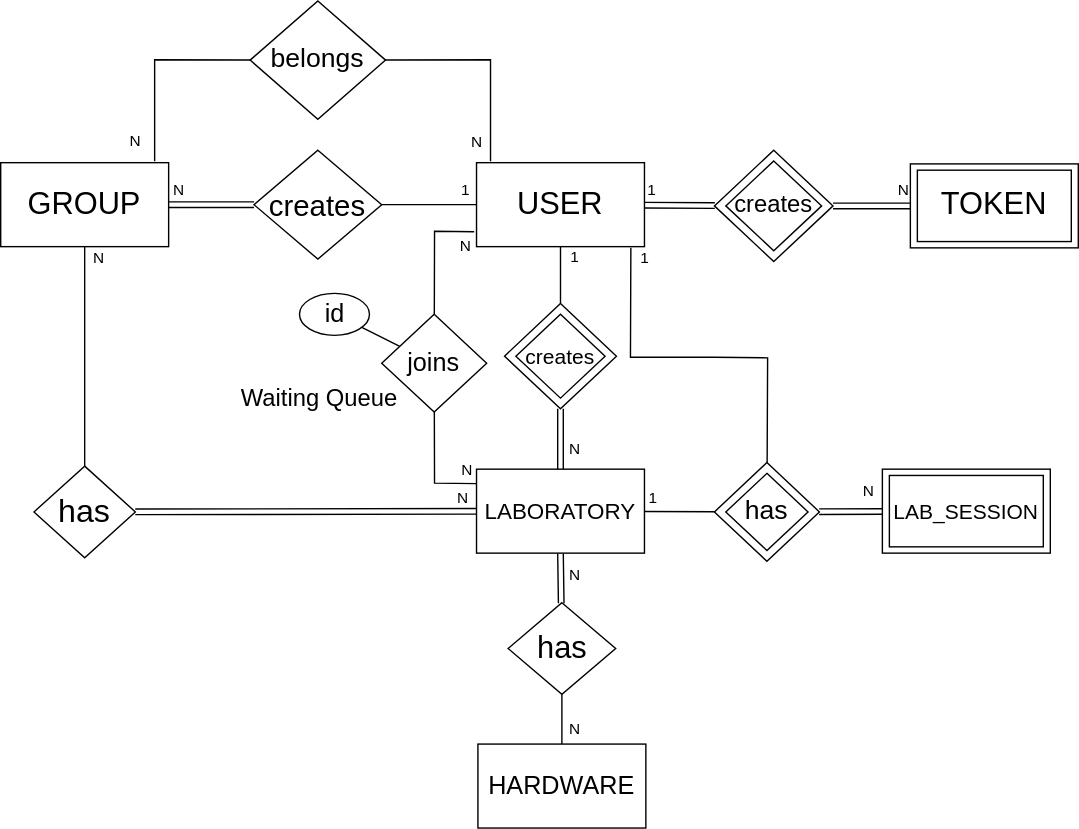
The draw.io diagram img/DB-diagrams/ERDiagramNoAttributes.drawio.svg in isel-remote-lab/documentation, before a commit. Source tidied: cells renumbered, new cells last; positions are measured from the earlier drawing's top-left corner, leaving out a move shared by most shapes. The source it was exported from:
```xml
<mxGraphModel>
  <root>
    <mxCell id="0" />
    <mxCell id="1" parent="0" />
    <mxCell id="2" value="USER" style="rounded=0;whiteSpace=wrap;html=1;fontSize=22;" parent="1" vertex="1">
      <mxGeometry x="340" y="115.6" width="120" height="60" as="geometry" />
    </mxCell>
    <mxCell id="3" value="creates" style="rhombus;whiteSpace=wrap;html=1;" parent="1" vertex="1">
      <mxGeometry x="360" y="216.2" width="80" height="75.3" as="geometry" />
    </mxCell>
    <mxCell id="4" value="creates" style="rhombus;whiteSpace=wrap;html=1;fontSize=15;" parent="1" vertex="1">
      <mxGeometry x="368.1" y="223.8" width="63.8" height="60" as="geometry" />
    </mxCell>
    <mxCell id="5" value="LABORATORY" style="rounded=0;whiteSpace=wrap;html=1;fontSize=16;" parent="1" vertex="1">
      <mxGeometry x="340" y="334.6" width="120" height="60" as="geometry" />
    </mxCell>
    <mxCell id="6" value="1" style="endArrow=none;html=1;rounded=0;exitX=0.5;exitY=0;exitDx=0;exitDy=0;" parent="1" edge="1" source="3" target="2">
      <mxGeometry x="0.63" y="-10" relative="1" as="geometry" />
    </mxCell>
    <mxCell id="7" value="N" style="shape=link;html=1;rounded=0;exitX=0.5;exitY=1;exitDx=0;exitDy=0;entryX=0.5;entryY=0;entryDx=0;entryDy=0;" parent="1" edge="1" source="3" target="5">
      <mxGeometry x="0.32" y="10" relative="1" as="geometry" />
    </mxCell>
    <mxCell id="8" value="GROUP" style="rounded=0;whiteSpace=wrap;html=1;fontSize=22;" parent="1" vertex="1">
      <mxGeometry y="115.6" width="120" height="60" as="geometry" />
    </mxCell>
    <mxCell id="9" value="creates" style="rhombus;whiteSpace=wrap;html=1;fontSize=21;" parent="1" vertex="1">
      <mxGeometry x="181" y="106.6" width="91.2" height="77.8" as="geometry" />
    </mxCell>
    <mxCell id="10" value="1" style="endArrow=none;html=1;rounded=0;" parent="1" edge="1" source="9" target="2">
      <mxGeometry x="0.77" y="11" relative="1" as="geometry" />
    </mxCell>
    <mxCell id="11" value="N" style="shape=link;html=1;rounded=0;" parent="1" edge="1" source="8" target="9">
      <mxGeometry x="-0.77" y="11" relative="1" as="geometry" />
    </mxCell>
    <mxCell id="12" value="belongs" style="rhombus;whiteSpace=wrap;html=1;fontSize=19;" parent="1" vertex="1">
      <mxGeometry x="178.2" width="96.8" height="84.6" as="geometry" />
    </mxCell>
    <mxCell id="13" value="N" style="endArrow=none;html=1;rounded=0;" parent="1" edge="1" source="12">
      <mxGeometry x="0.81" y="-10" relative="1" as="geometry">
        <mxPoint x="350" y="114.6" as="targetPoint" />
        <Array as="points">
          <mxPoint x="350" y="42" />
        </Array>
      </mxGeometry>
    </mxCell>
    <mxCell id="14" value="N" style="endArrow=none;html=1;rounded=0;" parent="1" edge="1" source="12">
      <mxGeometry x="0.79" y="-14" relative="1" as="geometry">
        <mxPoint x="110" y="114.6" as="targetPoint" />
        <Array as="points">
          <mxPoint x="110" y="42" />
        </Array>
      </mxGeometry>
    </mxCell>
    <mxCell id="15" value="has" style="rhombus;whiteSpace=wrap;html=1;fontSize=23;" parent="1" vertex="1">
      <mxGeometry x="23.8" y="332.4" width="72.4" height="65.5" as="geometry" />
    </mxCell>
    <mxCell id="16" value="N" style="endArrow=none;html=1;rounded=0;" parent="1" edge="1" source="15" target="8">
      <mxGeometry x="0.89" y="-10" relative="1" as="geometry" />
    </mxCell>
    <mxCell id="17" value="HARDWARE" style="rounded=0;whiteSpace=wrap;html=1;fontSize=18;" parent="1" vertex="1">
      <mxGeometry x="341" y="531" width="120" height="60" as="geometry" />
    </mxCell>
    <mxCell id="18" value="has" style="rhombus;whiteSpace=wrap;html=1;fontSize=22;" parent="1" vertex="1">
      <mxGeometry x="362.6" y="430" width="76.9" height="65.4" as="geometry" />
    </mxCell>
    <mxCell id="19" value="N" style="endArrow=none;html=1;rounded=0;" parent="1" edge="1" source="17" target="18">
      <mxGeometry x="-0.38" y="-9" relative="1" as="geometry" />
    </mxCell>
    <mxCell id="20" value="N" style="shape=link;html=1;rounded=0;" parent="1" edge="1" target="18">
      <mxGeometry x="-0.14" y="10" relative="1" as="geometry">
        <mxPoint x="400" y="395" as="sourcePoint" />
      </mxGeometry>
    </mxCell>
    <mxCell id="21" value="USER" style="rounded=0;whiteSpace=wrap;html=1;" parent="1" vertex="1">
      <mxGeometry x="630" y="334.6" width="120" height="60" as="geometry" />
    </mxCell>
    <mxCell id="22" value="LAB_SESSION" style="rounded=0;whiteSpace=wrap;html=1;fontSize=15;" parent="1" vertex="1">
      <mxGeometry x="635" y="339.1" width="110" height="51" as="geometry" />
    </mxCell>
    <mxCell id="23" value="creates" style="rhombus;whiteSpace=wrap;html=1;" parent="1" vertex="1">
      <mxGeometry x="510" y="329.8" width="75" height="70.6" as="geometry" />
    </mxCell>
    <mxCell id="24" value="has" style="rhombus;whiteSpace=wrap;html=1;fontSize=19;" parent="1" vertex="1">
      <mxGeometry x="518.1" y="337.6" width="58.8" height="55.1" as="geometry" />
    </mxCell>
    <mxCell id="25" value="N" style="shape=link;html=1;rounded=0;" parent="1" edge="1" source="23" target="21">
      <mxGeometry x="0.56" y="15" relative="1" as="geometry" />
    </mxCell>
    <mxCell id="26" value="1" style="endArrow=none;html=1;rounded=0;" parent="1" edge="1" source="5" target="23">
      <mxGeometry x="-0.76" y="10" relative="1" as="geometry" />
    </mxCell>
    <mxCell id="27" value="1" style="endArrow=none;html=1;rounded=0;entryX=0.919;entryY=1.012;entryDx=0;entryDy=0;entryPerimeter=0;" parent="1" edge="1" source="23" target="2">
      <mxGeometry x="0.94" y="-10" relative="1" as="geometry">
        <Array as="points">
          <mxPoint x="548" y="255" />
          <mxPoint x="510" y="254.6" />
          <mxPoint x="450" y="254.6" />
        </Array>
      </mxGeometry>
    </mxCell>
    <mxCell id="28" value="joins" style="rhombus;whiteSpace=wrap;html=1;fontSize=18;" parent="1" vertex="1">
      <mxGeometry x="272.2" y="223.8" width="75" height="70" as="geometry" />
    </mxCell>
    <mxCell id="29" value="N" style="endArrow=none;html=1;rounded=0;entryX=-0.014;entryY=0.822;entryDx=0;entryDy=0;entryPerimeter=0;" parent="1" edge="1" source="28" target="2">
      <mxGeometry x="0.86" y="-10" relative="1" as="geometry">
        <Array as="points">
          <mxPoint x="310" y="164.6" />
        </Array>
      </mxGeometry>
    </mxCell>
    <mxCell id="30" value="N" style="endArrow=none;html=1;rounded=0;entryX=-0.003;entryY=0.172;entryDx=0;entryDy=0;entryPerimeter=0;" parent="1" edge="1" source="28" target="5">
      <mxGeometry x="0.85" y="10" relative="1" as="geometry">
        <Array as="points">
          <mxPoint x="310" y="344.6" />
        </Array>
      </mxGeometry>
    </mxCell>
    <mxCell id="31" value="Waiting Queue" style="text;html=1;align=left;verticalAlign=middle;whiteSpace=wrap;rounded=0;fontSize=17;" parent="1" vertex="1">
      <mxGeometry x="170" y="269.4" width="140.8" height="30.6" as="geometry" />
    </mxCell>
    <mxCell id="32" value="N" style="shape=link;html=1;rounded=0;" parent="1" edge="1" source="15" target="5">
      <mxGeometry x="0.92" y="10" relative="1" as="geometry" />
    </mxCell>
    <mxCell id="33" value="id" style="ellipse;whiteSpace=wrap;html=1;fontSize=18;" parent="1" vertex="1">
      <mxGeometry x="213.5" y="208.9" width="50" height="30" as="geometry" />
    </mxCell>
    <mxCell id="34" style="endArrow=none;html=1;rounded=0;" parent="1" edge="1" source="33" target="28">
      <mxGeometry relative="1" as="geometry" />
    </mxCell>
    <mxCell id="35" value="1" style="shape=link;html=1;rounded=0;" parent="1" edge="1" source="2" target="36">
      <mxGeometry x="-0.81" y="11" relative="1" as="geometry" />
    </mxCell>
    <mxCell id="36" value="creates" style="rhombus;whiteSpace=wrap;html=1;" parent="1" vertex="1">
      <mxGeometry x="510" y="106.6" width="84.8" height="79.6" as="geometry" />
    </mxCell>
    <mxCell id="37" value="creates" style="rhombus;whiteSpace=wrap;html=1;fontSize=17;" parent="1" vertex="1">
      <mxGeometry x="518.1" y="114.4" width="68.5" height="64.1" as="geometry" />
    </mxCell>
    <mxCell id="38" value="N" style="shape=link;html=1;rounded=0;" parent="1" edge="1" source="36" target="39">
      <mxGeometry x="0.81" y="11" relative="1" as="geometry" />
    </mxCell>
    <mxCell id="39" value="USER" style="rounded=0;whiteSpace=wrap;html=1;" parent="1" vertex="1">
      <mxGeometry x="650" y="116.4" width="120" height="60" as="geometry" />
    </mxCell>
    <mxCell id="40" value="TOKEN" style="rounded=0;whiteSpace=wrap;html=1;fontSize=22;" parent="1" vertex="1">
      <mxGeometry x="655" y="120.9" width="110" height="51" as="geometry" />
    </mxCell>
  </root>
</mxGraphModel>
```
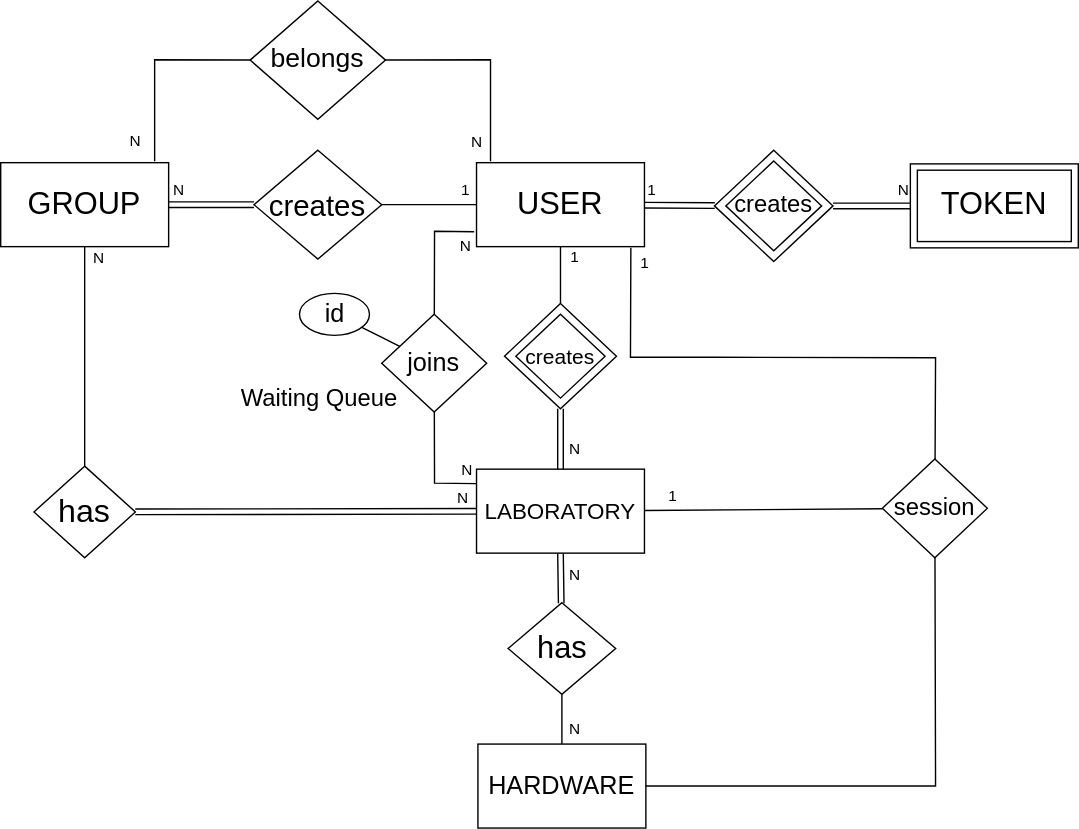
The same diagram one commit later.

Change to the diagram source:
```diff
@@ -71,28 +71,16 @@
         <mxPoint x="400" y="395" as="sourcePoint" />
       </mxGeometry>
     </mxCell>
-    <mxCell id="21" value="USER" style="rounded=0;whiteSpace=wrap;html=1;" parent="1" vertex="1">
-      <mxGeometry x="630" y="334.6" width="120" height="60" as="geometry" />
-    </mxCell>
-    <mxCell id="22" value="LAB_SESSION" style="rounded=0;whiteSpace=wrap;html=1;fontSize=15;" parent="1" vertex="1">
-      <mxGeometry x="635" y="339.1" width="110" height="51" as="geometry" />
-    </mxCell>
-    <mxCell id="23" value="creates" style="rhombus;whiteSpace=wrap;html=1;" parent="1" vertex="1">
-      <mxGeometry x="510" y="329.8" width="75" height="70.6" as="geometry" />
+    <mxCell id="23" value="session" style="rhombus;whiteSpace=wrap;html=1;fontSize=17;" parent="1" vertex="1">
+      <mxGeometry x="630" y="327.3" width="75" height="70.6" as="geometry" />
     </mxCell>
-    <mxCell id="24" value="has" style="rhombus;whiteSpace=wrap;html=1;fontSize=19;" parent="1" vertex="1">
-      <mxGeometry x="518.1" y="337.6" width="58.8" height="55.1" as="geometry" />
-    </mxCell>
-    <mxCell id="25" value="N" style="shape=link;html=1;rounded=0;" parent="1" edge="1" source="23" target="21">
-      <mxGeometry x="0.56" y="15" relative="1" as="geometry" />
-    </mxCell>
     <mxCell id="26" value="1" style="endArrow=none;html=1;rounded=0;" parent="1" edge="1" source="5" target="23">
       <mxGeometry x="-0.76" y="10" relative="1" as="geometry" />
     </mxCell>
     <mxCell id="27" value="1" style="endArrow=none;html=1;rounded=0;entryX=0.919;entryY=1.012;entryDx=0;entryDy=0;entryPerimeter=0;" parent="1" edge="1" source="23" target="2">
       <mxGeometry x="0.94" y="-10" relative="1" as="geometry">
         <Array as="points">
-          <mxPoint x="548" y="255" />
+          <mxPoint x="668" y="255" />
           <mxPoint x="510" y="254.6" />
           <mxPoint x="450" y="254.6" />
         </Array>
@@ -145,5 +133,12 @@
     <mxCell id="40" value="TOKEN" style="rounded=0;whiteSpace=wrap;html=1;fontSize=22;" parent="1" vertex="1">
       <mxGeometry x="655" y="120.9" width="110" height="51" as="geometry" />
     </mxCell>
+    <mxCell id="41" style="endArrow=none;html=1;rounded=0;" parent="1" edge="1" source="17" target="23">
+      <mxGeometry relative="1" as="geometry">
+        <Array as="points">
+          <mxPoint x="668" y="561" />
+        </Array>
+      </mxGeometry>
+    </mxCell>
   </root>
 </mxGraphModel>
```
